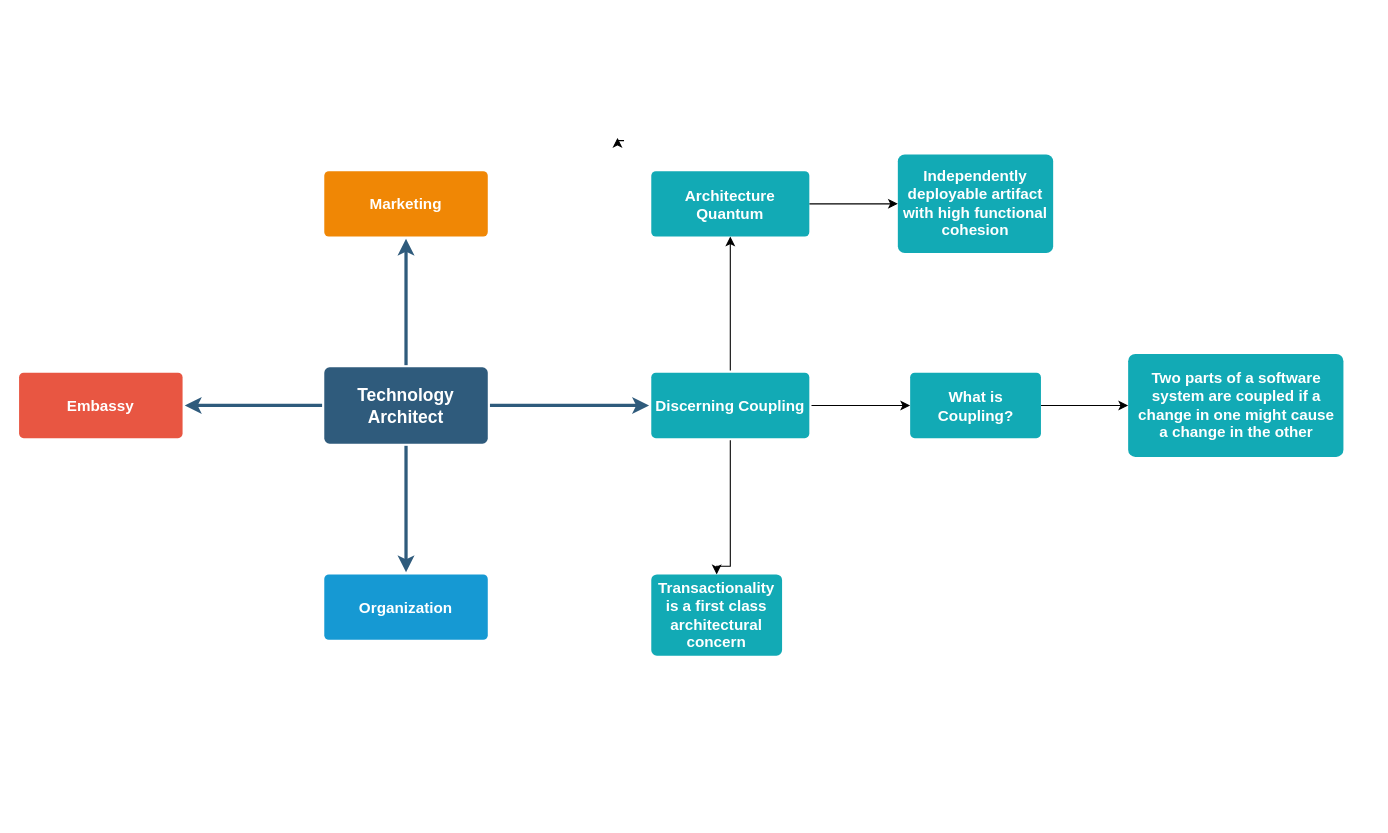
The draw.io diagram TechnologyArchitectMap.drawio in speedoholic/markdown-portfolio, before the edit. Source tidied: cells renumbered, new cells numbered last; positions are measured from the earlier drawing's top-left corner, leaving out a move shared by most shapes. Both pictures are drawn from the tidied source at 109%, with x=0, y=0 at pixel (19, 137).
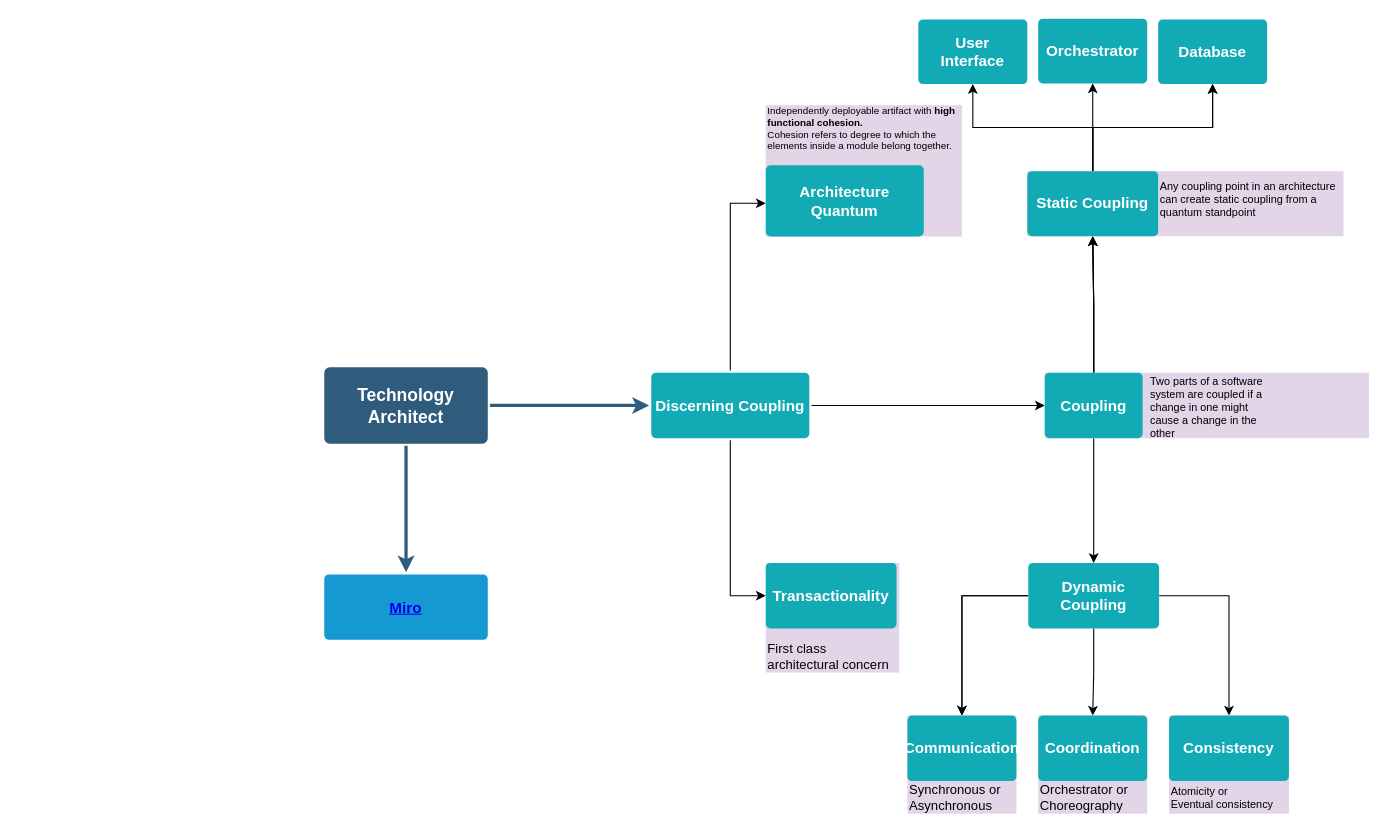
The same page after the edit.

Unchanged cells that the change refers to:
```xml
<mxCell id="6" value="Technology Architect" style="rounded=1;whiteSpace=wrap;html=1;shadow=0;labelBackgroundColor=none;strokeColor=none;strokeWidth=3;fillColor=#2F5B7C;fontFamily=Helvetica;fontSize=16;fontColor=#FFFFFF;align=center;fontStyle=1;spacing=5;arcSize=7;perimeterSpacing=2;" parent="1" vertex="1">
  <mxGeometry x="280" y="210.5" width="150" height="70" as="geometry" />
</mxCell>
<mxCell id="12" value="Discerning Coupling" style="rounded=1;whiteSpace=wrap;html=1;shadow=0;labelBackgroundColor=none;strokeColor=none;strokeWidth=3;fillColor=#12aab5;fontFamily=Helvetica;fontSize=14;fontColor=#FFFFFF;align=center;spacing=5;fontStyle=1;arcSize=7;perimeterSpacing=2;" parent="1" vertex="1">
  <mxGeometry x="580" y="215.5" width="145" height="60" as="geometry" />
</mxCell>
```

Change to the diagram source:
```diff
@@
-    <mxCell id="2" style="edgeStyle=none;rounded=0;jumpStyle=none;html=1;shadow=0;labelBackgroundColor=none;startArrow=none;startFill=0;endArrow=classic;endFill=1;jettySize=auto;strokeColor=#2F5B7C;strokeWidth=3;fontFamily=Helvetica;fontSize=16;fontColor=#23445D;spacing=5;" parent="1" edge="1" source="6" target="9">
-      <mxGeometry relative="1" as="geometry" />
-    </mxCell>
@@
-    <mxCell id="5" style="edgeStyle=none;rounded=0;jumpStyle=none;html=1;shadow=0;labelBackgroundColor=none;startArrow=none;startFill=0;endArrow=classic;endFill=1;jettySize=auto;strokeColor=#2F5B7C;strokeWidth=3;fontFamily=Helvetica;fontSize=16;fontColor=#23445D;spacing=5;" parent="1" edge="1" source="6" target="7">
-      <mxGeometry relative="1" as="geometry" />
-    </mxCell>
@@
-    <mxCell id="7" value="Embassy" style="rounded=1;whiteSpace=wrap;html=1;shadow=0;labelBackgroundColor=none;strokeColor=none;strokeWidth=3;fillColor=#e85642;fontFamily=Helvetica;fontSize=14;fontColor=#FFFFFF;align=center;spacing=5;fontStyle=1;arcSize=7;perimeterSpacing=2;" parent="1" vertex="1">
-      <mxGeometry y="215.5" width="150" height="60" as="geometry" />
-    </mxCell>
-    <mxCell id="8" value="Organization" style="rounded=1;whiteSpace=wrap;html=1;shadow=0;labelBackgroundColor=none;strokeColor=none;strokeWidth=3;fillColor=#1699d3;fontFamily=Helvetica;fontSize=14;fontColor=#FFFFFF;align=center;spacing=5;fontStyle=1;arcSize=7;perimeterSpacing=2;" parent="1" vertex="1">
+    <mxCell id="8" value="&lt;a href=&quot;https://miro.com/app/board/uXjVMQWyBRc=/?share_link_id=873966646279&quot;&gt;Miro&lt;/a&gt;" style="rounded=1;whiteSpace=wrap;html=1;shadow=0;labelBackgroundColor=none;strokeColor=none;strokeWidth=3;fillColor=#1699d3;fontFamily=Helvetica;fontSize=14;fontColor=#FFFFFF;align=center;spacing=5;fontStyle=1;arcSize=7;perimeterSpacing=2;" parent="1" vertex="1">
       <mxGeometry x="280" y="400.5" width="150" height="60" as="geometry" />
     </mxCell>
-    <mxCell id="9" value="Marketing" style="rounded=1;whiteSpace=wrap;html=1;shadow=0;labelBackgroundColor=none;strokeColor=none;strokeWidth=3;fillColor=#F08705;fontFamily=Helvetica;fontSize=14;fontColor=#FFFFFF;align=center;spacing=5;fontStyle=1;arcSize=7;perimeterSpacing=2;" parent="1" vertex="1">
-      <mxGeometry x="280" y="30.5" width="150" height="60" as="geometry" />
-    </mxCell>
@@
     <mxCell id="11" style="edgeStyle=orthogonalEdgeStyle;rounded=0;jettySize=auto;html=1;" parent="1" edge="1" source="12" target="20">
-      <mxGeometry relative="1" as="geometry" />
+      <mxGeometry relative="1" as="geometry">
+        <Array as="points">
+          <mxPoint x="652" y="60" />
+        </Array>
+      </mxGeometry>
     </mxCell>
@@
-    <mxCell id="13" style="edgeStyle=orthogonalEdgeStyle;rounded=0;orthogonalLoop=1;jettySize=auto;html=1;exitX=0.5;exitY=1;exitDx=0;exitDy=0;entryX=0.461;entryY=0.961;entryDx=0;entryDy=0;entryPerimeter=0;" parent="1" edge="1">
-      <mxGeometry relative="1" as="geometry">
-        <mxPoint x="555" y="2.5" as="sourcePoint" />
-        <mxPoint x="549" as="targetPoint" />
-      </mxGeometry>
-    </mxCell>
-    <mxCell id="14" style="edgeStyle=orthogonalEdgeStyle;rounded=0;jettySize=auto;html=1;" parent="1" edge="1" source="16" target="17">
-      <mxGeometry relative="1" as="geometry" />
-    </mxCell>
     <mxCell id="15" style="edgeStyle=orthogonalEdgeStyle;rounded=0;jettySize=auto;html=1;exitX=0.5;exitY=1;exitDx=0;exitDy=0;" parent="1" edge="1" source="12" target="18">
       <mxGeometry relative="1" as="geometry">
         <Array as="points">
-          <mxPoint x="653" y="393" />
+          <mxPoint x="652" y="420" />
         </Array>
       </mxGeometry>
     </mxCell>
+    <mxCell id="22" style="edgeStyle=orthogonalEdgeStyle;rounded=0;jettySize=auto;html=1;" parent="1" edge="1" source="16" target="45">
+      <mxGeometry relative="1" as="geometry" />
+    </mxCell>
+    <mxCell id="23" style="edgeStyle=orthogonalEdgeStyle;rounded=0;jettySize=auto;html=1;" parent="1" edge="1" source="16" target="45">
+      <mxGeometry relative="1" as="geometry" />
+    </mxCell>
+    <mxCell id="24" style="edgeStyle=orthogonalEdgeStyle;rounded=0;jettySize=auto;html=1;" parent="1" edge="1" source="16" target="45">
+      <mxGeometry relative="1" as="geometry" />
+    </mxCell>
+    <mxCell id="25" style="edgeStyle=orthogonalEdgeStyle;rounded=0;jettySize=auto;html=1;entryX=0.5;entryY=0;entryDx=0;entryDy=0;" parent="1" edge="1" source="16" target="30">
+      <mxGeometry relative="1" as="geometry" />
+    </mxCell>
+    <mxCell id="26" style="edgeStyle=orthogonalEdgeStyle;rounded=0;jettySize=auto;html=1;" parent="1" edge="1" source="30" target="50">
+      <mxGeometry relative="1" as="geometry" />
+    </mxCell>
+    <mxCell id="27" style="edgeStyle=orthogonalEdgeStyle;rounded=0;jettySize=auto;html=1;" parent="1" edge="1" source="30" target="50">
+      <mxGeometry relative="1" as="geometry" />
+    </mxCell>
+    <mxCell id="28" style="edgeStyle=orthogonalEdgeStyle;rounded=0;jettySize=auto;html=1;" parent="1" edge="1" source="30" target="35">
+      <mxGeometry relative="1" as="geometry" />
+    </mxCell>
+    <mxCell id="29" style="edgeStyle=orthogonalEdgeStyle;rounded=0;jettySize=auto;html=1;" parent="1" edge="1" source="30" target="53">
+      <mxGeometry relative="1" as="geometry" />
+    </mxCell>
+    <mxCell id="30" value="Dynamic Coupling" style="whiteSpace=wrap;html=1;fontSize=14;fillColor=#12aab5;strokeColor=none;fontColor=#FFFFFF;rounded=1;shadow=0;labelBackgroundColor=none;strokeWidth=3;spacing=5;fontStyle=1;arcSize=7;" parent="1" vertex="1">
+      <mxGeometry x="925.9" y="390" width="120" height="60" as="geometry" />
+    </mxCell>
+    <mxCell id="31" style="group;fillColor=#E1D5E7;" parent="1" vertex="1">
+      <mxGeometry x="941" y="215.5" width="297.5" height="60" as="geometry" />
+    </mxCell>
-    <mxCell id="16" value="What is Coupling?" style="whiteSpace=wrap;html=1;fontSize=14;fillColor=#12aab5;strokeColor=none;fontColor=#FFFFFF;rounded=1;shadow=0;labelBackgroundColor=none;strokeWidth=3;spacing=5;fontStyle=1;arcSize=7;" parent="1" vertex="1">
-      <mxGeometry x="817.5" y="215.5" width="120" height="60" as="geometry" />
+    <mxCell id="16" value="Coupling" style="whiteSpace=wrap;html=1;fontSize=14;fillColor=#12aab5;strokeColor=none;fontColor=#FFFFFF;rounded=1;shadow=0;labelBackgroundColor=none;strokeWidth=3;spacing=5;fontStyle=1;arcSize=7;" parent="31" vertex="1">
+      <mxGeometry width="89.8" height="60" as="geometry" />
     </mxCell>
-    <mxCell id="17" value="Two parts of a software system are coupled if a change in one might cause a change in the other" style="whiteSpace=wrap;html=1;fontSize=14;fillColor=#12aab5;strokeColor=none;fontColor=#FFFFFF;rounded=1;shadow=0;labelBackgroundColor=none;strokeWidth=3;spacing=5;fontStyle=1;arcSize=7;" parent="1" vertex="1">
-      <mxGeometry x="1017.5" y="198.2" width="197.5" height="94.5" as="geometry" />
+    <mxCell id="17" value="Two parts of a software system are coupled if a change in one might cause a change in the other" style="text;html=1;strokeColor=none;fillColor=none;align=left;verticalAlign=middle;whiteSpace=wrap;rounded=0;fontSize=10;" parent="31" vertex="1">
+      <mxGeometry x="95.4" y="13.5" width="114.1" height="36.5" as="geometry" />
     </mxCell>
+    <mxCell id="32" style="group;fillColor=#E1D5E7;" parent="1" vertex="1">
+      <mxGeometry x="685" y="390" width="122.5" height="100.5" as="geometry" />
+    </mxCell>
-    <mxCell id="18" value="Transactionality is a first class architectural concern" style="whiteSpace=wrap;html=1;fontSize=14;fillColor=#12aab5;strokeColor=none;fontColor=#FFFFFF;rounded=1;shadow=0;labelBackgroundColor=none;strokeWidth=3;spacing=5;fontStyle=1;arcSize=7;" parent="1" vertex="1">
-      <mxGeometry x="580" y="400.5" width="120" height="74.5" as="geometry" />
+    <mxCell id="18" value="Transactionality" style="whiteSpace=wrap;html=1;fontSize=14;fillColor=#12aab5;strokeColor=none;fontColor=#FFFFFF;rounded=1;shadow=0;labelBackgroundColor=none;strokeWidth=3;spacing=5;fontStyle=1;arcSize=7;" parent="32" vertex="1">
+      <mxGeometry width="120" height="60" as="geometry" />
     </mxCell>
-    <mxCell id="19" style="edgeStyle=orthogonalEdgeStyle;rounded=0;jettySize=auto;html=1;" parent="1" edge="1" source="20" target="21">
-      <mxGeometry relative="1" as="geometry" />
-    </mxCell>
+    <mxCell id="33" value="First class architectural concern" style="text;html=1;strokeColor=none;fillColor=none;align=left;verticalAlign=middle;whiteSpace=wrap;rounded=0;" parent="32" vertex="1">
+      <mxGeometry y="70.5" width="122.5" height="30" as="geometry" />
+    </mxCell>
+    <mxCell id="34" style="group;fillColor=#E1D5E7;" parent="1" vertex="1">
+      <mxGeometry x="1055" y="530" width="110" height="90" as="geometry" />
+    </mxCell>
+    <mxCell id="35" value="Consistency" style="whiteSpace=wrap;html=1;fontSize=14;fillColor=#12aab5;strokeColor=none;fontColor=#FFFFFF;rounded=1;shadow=0;labelBackgroundColor=none;strokeWidth=3;spacing=5;fontStyle=1;arcSize=7;" parent="34" vertex="1">
+      <mxGeometry width="110" height="60" as="geometry" />
+    </mxCell>
+    <mxCell id="36" value="Atomicity or&lt;br style=&quot;font-size: 10px;&quot;&gt;Eventual consistency" style="text;html=1;strokeColor=none;fillColor=none;align=left;verticalAlign=middle;whiteSpace=wrap;rounded=0;fontSize=10;" parent="34" vertex="1">
+      <mxGeometry y="60" width="110" height="30" as="geometry" />
+    </mxCell>
+    <mxCell id="37" value="User Interface" style="whiteSpace=wrap;html=1;fontSize=14;fillColor=#12aab5;strokeColor=none;fontColor=#FFFFFF;rounded=1;shadow=0;labelBackgroundColor=none;strokeWidth=3;spacing=5;fontStyle=1;arcSize=7;" parent="1" vertex="1">
+      <mxGeometry x="825" y="-108.7" width="100" height="59.3" as="geometry" />
+    </mxCell>
+    <mxCell id="38" style="edgeStyle=orthogonalEdgeStyle;rounded=0;jettySize=auto;html=1;" parent="1" edge="1" source="45" target="37">
+      <mxGeometry relative="1" as="geometry" />
+    </mxCell>
+    <mxCell id="39" value="Database" style="whiteSpace=wrap;html=1;fontSize=14;fillColor=#12aab5;strokeColor=none;fontColor=#FFFFFF;rounded=1;shadow=0;labelBackgroundColor=none;strokeWidth=3;spacing=5;fontStyle=1;arcSize=7;" parent="1" vertex="1">
+      <mxGeometry x="1045" y="-108.7" width="100" height="59.3" as="geometry" />
+    </mxCell>
+    <mxCell id="40" style="edgeStyle=orthogonalEdgeStyle;rounded=0;jettySize=auto;html=1;" parent="1" edge="1" source="45" target="39">
+      <mxGeometry relative="1" as="geometry" />
+    </mxCell>
+    <mxCell id="41" style="edgeStyle=orthogonalEdgeStyle;rounded=0;jettySize=auto;html=1;" parent="1" edge="1" source="45" target="39">
+      <mxGeometry relative="1" as="geometry" />
+    </mxCell>
+    <mxCell id="42" value="Orchestrator" style="whiteSpace=wrap;html=1;fontSize=14;fillColor=#12aab5;strokeColor=none;fontColor=#FFFFFF;rounded=1;shadow=0;labelBackgroundColor=none;strokeWidth=3;spacing=5;fontStyle=1;arcSize=7;" parent="1" vertex="1">
+      <mxGeometry x="935" y="-109.3" width="100" height="59.3" as="geometry" />
+    </mxCell>
+    <mxCell id="43" style="edgeStyle=orthogonalEdgeStyle;rounded=0;jettySize=auto;html=1;" parent="1" edge="1" source="45" target="42">
+      <mxGeometry relative="1" as="geometry" />
+    </mxCell>
+    <mxCell id="44" style="group;labelBackgroundColor=default;fillColor=#E1D5E7;" parent="1" vertex="1">
+      <mxGeometry x="925" y="30.5" width="290" height="59.7" as="geometry" />
+    </mxCell>
+    <mxCell id="45" value="Static Coupling" style="whiteSpace=wrap;html=1;fontSize=14;fillColor=#12aab5;strokeColor=none;fontColor=#FFFFFF;rounded=1;shadow=0;labelBackgroundColor=none;strokeWidth=3;spacing=5;fontStyle=1;arcSize=7;" parent="44" vertex="1">
+      <mxGeometry width="120" height="59.7" as="geometry" />
+    </mxCell>
+    <mxCell id="46" value="&lt;font style=&quot;font-size: 10px;&quot;&gt;Any coupling point in an architecture can create static coupling from a quantum standpoint&lt;/font&gt;" style="text;html=1;strokeColor=none;fillColor=none;align=left;verticalAlign=middle;whiteSpace=wrap;rounded=0;fontSize=8;" parent="44" vertex="1">
+      <mxGeometry x="120" width="170" height="50.3" as="geometry" />
+    </mxCell>
+    <mxCell id="47" style="group;fillColor=#E1D5E7;" parent="1" vertex="1">
+      <mxGeometry x="685" y="-30" width="180" height="120.5" as="geometry" />
+    </mxCell>
-    <mxCell id="20" value="Architecture Quantum" style="whiteSpace=wrap;html=1;fontSize=14;fillColor=#12aab5;strokeColor=none;fontColor=#FFFFFF;rounded=1;shadow=0;labelBackgroundColor=none;strokeWidth=3;spacing=5;fontStyle=1;arcSize=7;" parent="1" vertex="1">
-      <mxGeometry x="580" y="30.5" width="145" height="60" as="geometry" />
+    <mxCell id="20" value="Architecture Quantum" style="whiteSpace=wrap;html=1;fontSize=14;fillColor=#12aab5;strokeColor=none;fontColor=#FFFFFF;rounded=1;shadow=0;labelBackgroundColor=none;strokeWidth=3;spacing=5;fontStyle=1;arcSize=7;" parent="47" vertex="1">
+      <mxGeometry y="55.1" width="145" height="65.4" as="geometry" />
     </mxCell>
-    <mxCell id="21" value="Independently deployable artifact with high functional cohesion" style="whiteSpace=wrap;html=1;fontSize=14;fillColor=#12aab5;strokeColor=none;fontColor=#FFFFFF;rounded=1;shadow=0;labelBackgroundColor=none;strokeWidth=3;spacing=5;fontStyle=1;arcSize=7;" parent="1" vertex="1">
-      <mxGeometry x="806.2" y="15.2" width="142.5" height="90.5" as="geometry" />
-    </mxCell>
+    <mxCell id="48" value="&lt;font style=&quot;font-size: 9px;&quot;&gt;Independently deployable artifact with &lt;b style=&quot;font-size: 9px;&quot;&gt;high functional cohesion.&lt;/b&gt;&lt;br style=&quot;font-size: 9px;&quot;&gt;Cohesion refers to degree to which the elements inside a module belong together.&lt;/font&gt;" style="text;html=1;strokeColor=none;fillColor=none;align=left;verticalAlign=middle;whiteSpace=wrap;rounded=0;fontSize=9;" parent="47" vertex="1">
+      <mxGeometry width="180" height="43.6" as="geometry" />
+    </mxCell>
+    <mxCell id="49" style="group;fillColor=#E1D5E7;" parent="1" vertex="1">
+      <mxGeometry x="815" y="530" width="100" height="90" as="geometry" />
+    </mxCell>
+    <mxCell id="50" value="Communication" style="whiteSpace=wrap;html=1;fontSize=14;fillColor=#12aab5;strokeColor=none;fontColor=#FFFFFF;rounded=1;shadow=0;labelBackgroundColor=none;strokeWidth=3;spacing=5;fontStyle=1;arcSize=7;" parent="49" vertex="1">
+      <mxGeometry width="100" height="60" as="geometry" />
+    </mxCell>
+    <mxCell id="51" value="Synchronous or Asynchronous" style="text;html=1;strokeColor=none;fillColor=none;align=left;verticalAlign=middle;whiteSpace=wrap;rounded=0;" parent="49" vertex="1">
+      <mxGeometry y="60" width="100" height="30" as="geometry" />
+    </mxCell>
+    <mxCell id="52" style="group;fillColor=#E1D5E7;" parent="1" vertex="1">
+      <mxGeometry x="935" y="530" width="100" height="90" as="geometry" />
+    </mxCell>
+    <mxCell id="53" value="Coordination" style="whiteSpace=wrap;html=1;fontSize=14;fillColor=#12aab5;strokeColor=none;fontColor=#FFFFFF;rounded=1;shadow=0;labelBackgroundColor=none;strokeWidth=3;spacing=5;fontStyle=1;arcSize=7;" parent="52" vertex="1">
+      <mxGeometry width="100" height="60" as="geometry" />
+    </mxCell>
+    <mxCell id="54" value="Orchestrator or&lt;br&gt;Choreography" style="text;html=1;strokeColor=none;fillColor=none;align=left;verticalAlign=middle;whiteSpace=wrap;rounded=0;" parent="52" vertex="1">
+      <mxGeometry y="60" width="100" height="30" as="geometry" />
+    </mxCell>
```
